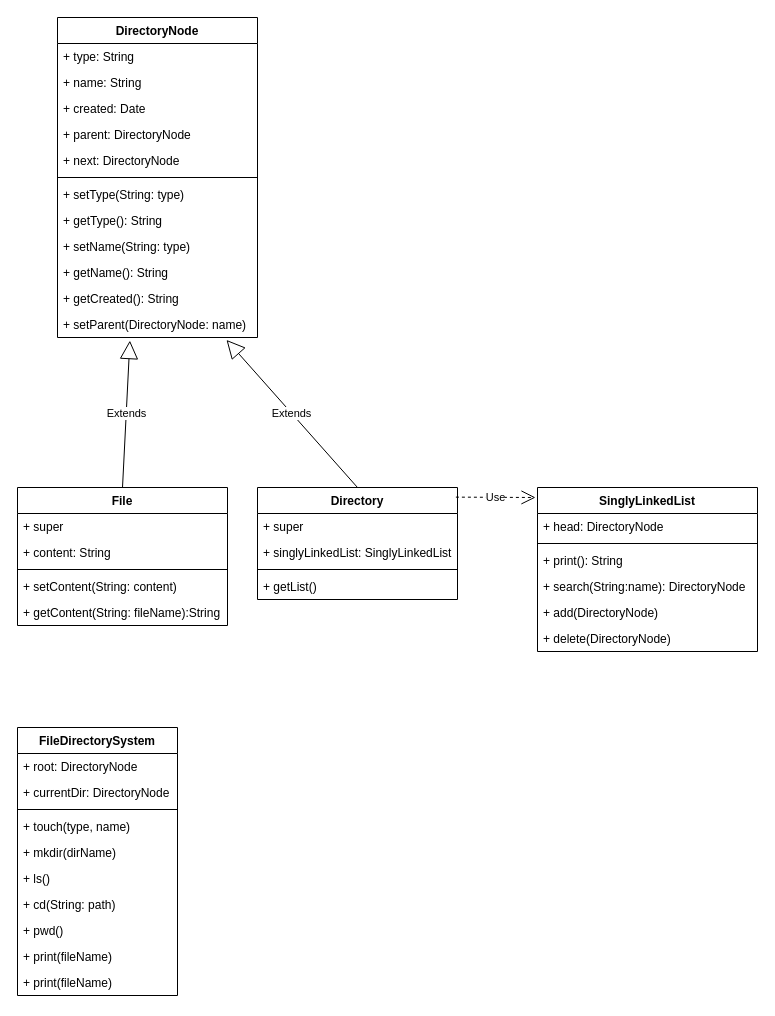
Earlier version of the draw.io diagram classDiagram.drawio (Takasu-y/file_directory_system). Source tidied: cells renumbered, new cells numbered last; positions are measured from the earlier drawing's top-left corner, leaving out a move shared by most shapes. Both pictures are drawn from the tidied source at 100%, with x=0, y=0 at pixel (17, 17).
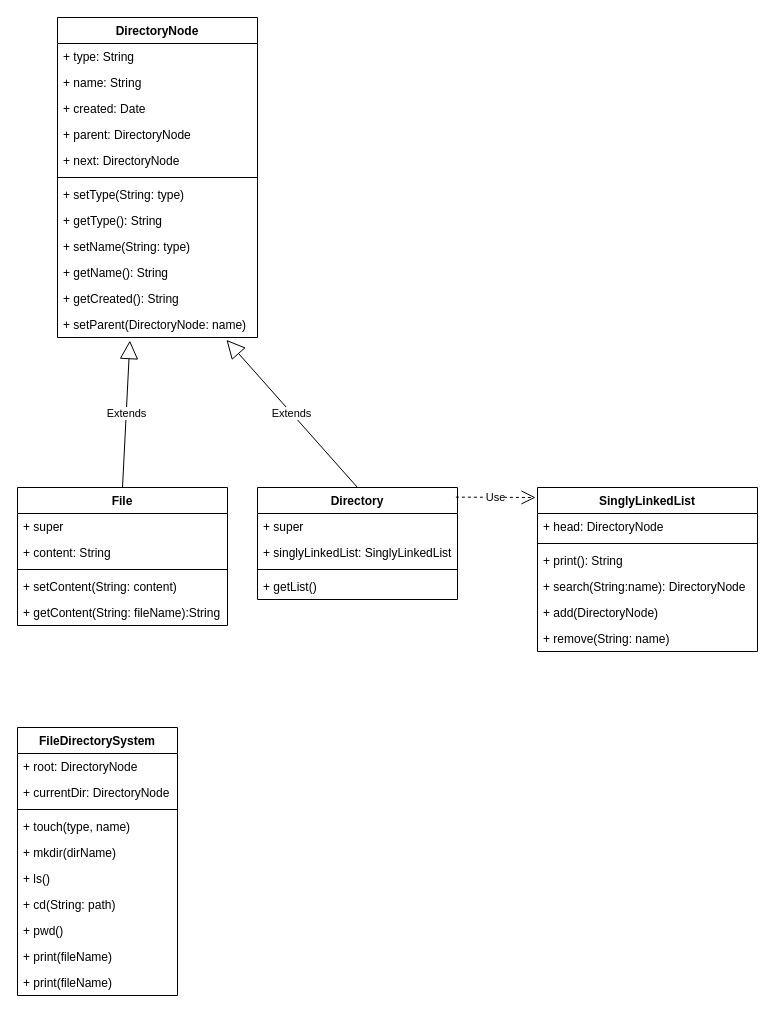
Above is the later version.

Unchanged cells that the change refers to:
```xml
<mxCell id="29" value="SinglyLinkedList" style="swimlane;fontStyle=1;align=center;verticalAlign=top;horizontal=1;startSize=26;" parent="1" vertex="1">
  <mxGeometry x="520" y="470" width="220" height="164" as="geometry" />
</mxCell>
```

The edit, as a diff of the source:
```diff
@@
-    <mxCell id="35" value="+ delete(DirectoryNode)" style="text;strokeColor=none;fillColor=none;align=left;verticalAlign=top;spacingLeft=4;spacingRight=4;overflow=hidden;" parent="29" vertex="1">
+    <mxCell id="35" value="+ remove(String: name)" style="text;strokeColor=none;fillColor=none;align=left;verticalAlign=top;spacingLeft=4;spacingRight=4;overflow=hidden;" parent="29" vertex="1">
       <mxGeometry y="138" width="220" height="26" as="geometry" />
     </mxCell>
```
